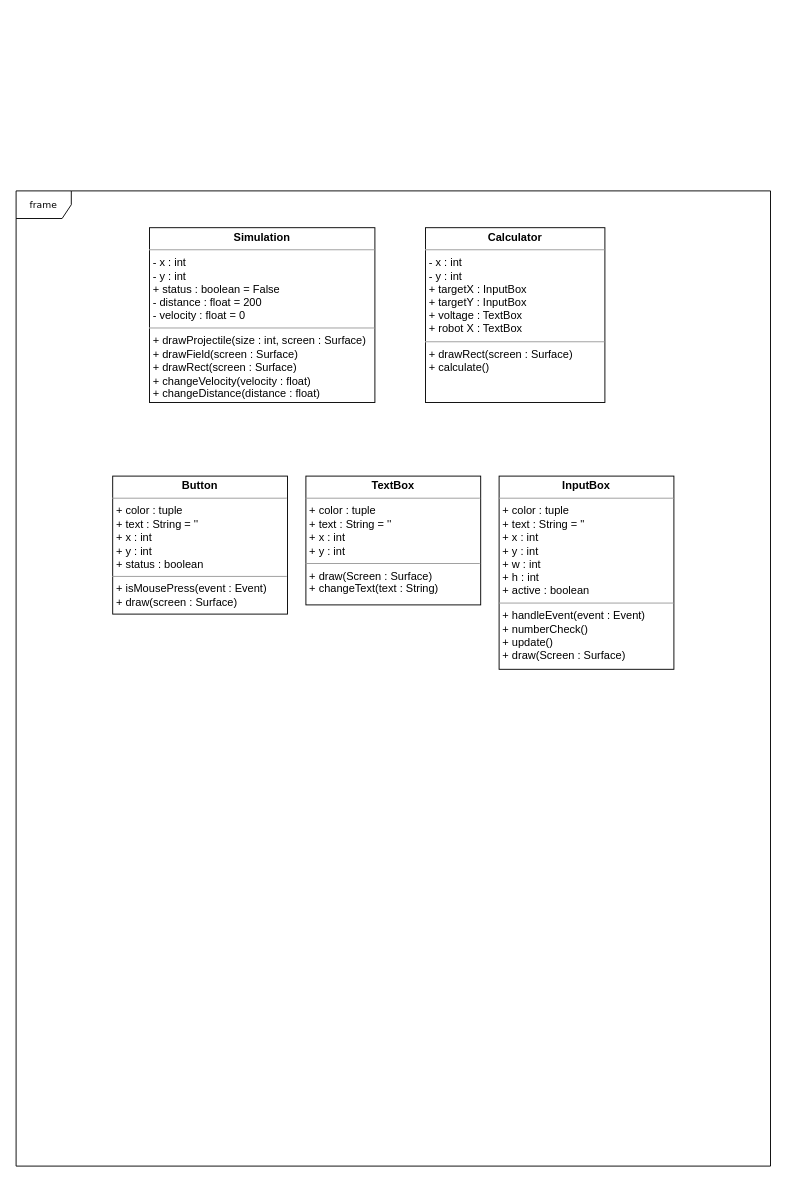
The draw.io diagram UML diagram.drawio in Ling-ling00/Studio_simulation, before the edit. Source tidied: cells renumbered, new cells numbered last; positions are measured from the earlier drawing's top-left corner, leaving out a move shared by most shapes. Both pictures are drawn from the tidied source at 92%, with x=0, y=0 at pixel (16, 190).
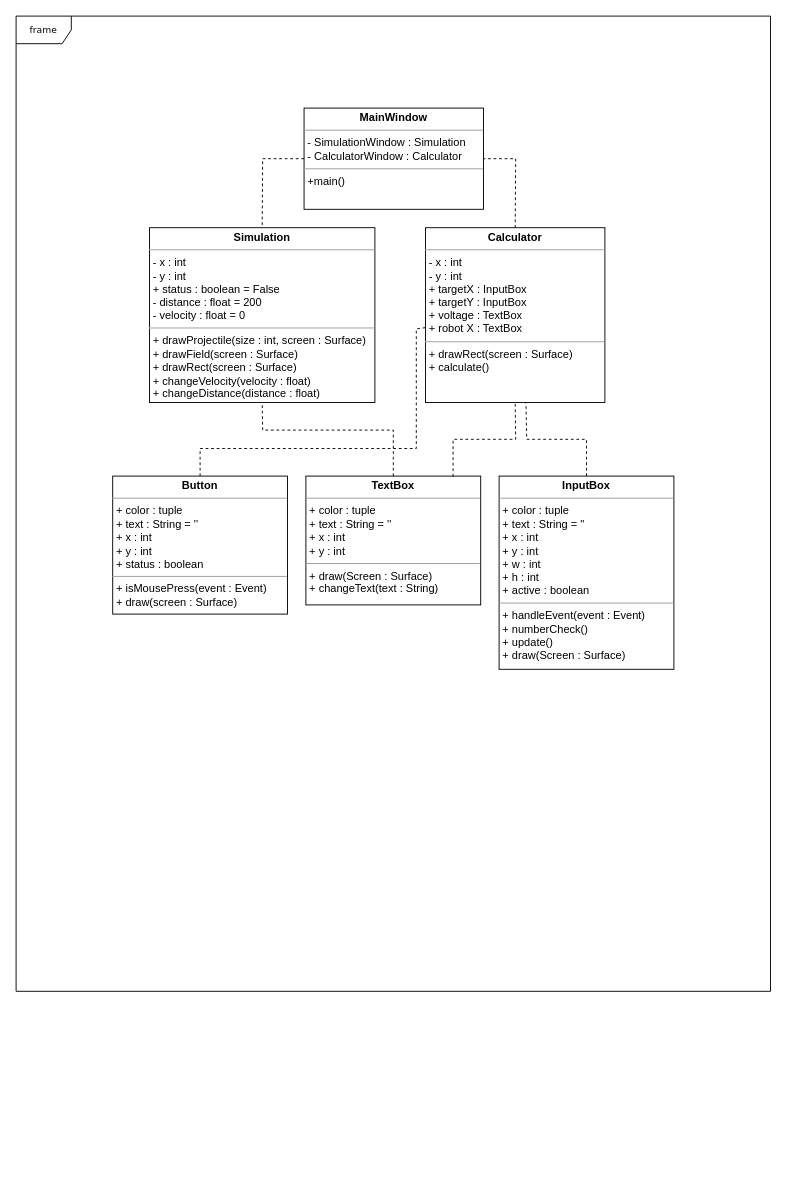
The same page after the edit.

The change refers to these unchanged cells:
```xml
<mxCell id="3" value="&lt;p style=&quot;margin:0px;margin-top:4px;text-align:center;&quot;&gt;&lt;b style=&quot;&quot;&gt;Simulation&lt;/b&gt;&lt;/p&gt;&lt;hr size=&quot;1&quot;&gt;&lt;p style=&quot;border-color: var(--border-color); margin: 0px 0px 0px 4px;&quot;&gt;- x : int&lt;/p&gt;&lt;p style=&quot;border-color: var(--border-color); margin: 0px 0px 0px 4px;&quot;&gt;- y : int&lt;br&gt;&lt;/p&gt;&lt;p style=&quot;border-color: var(--border-color); margin: 0px 0px 0px 4px;&quot;&gt;+ status : boolean = False&lt;/p&gt;&lt;p style=&quot;border-color: var(--border-color); margin: 0px 0px 0px 4px;&quot;&gt;- distance : float = 200&lt;/p&gt;&lt;p style=&quot;border-color: var(--border-color); margin: 0px 0px 0px 4px;&quot;&gt;- velocity : float = 0&lt;/p&gt;&lt;hr size=&quot;1&quot;&gt;&lt;p style=&quot;border-color: var(--border-color); margin: 0px 0px 0px 4px;&quot;&gt;+ drawProjectile(size : int, screen : Surface)&lt;br style=&quot;border-color: var(--border-color);&quot;&gt;&lt;/p&gt;&lt;p style=&quot;border-color: var(--border-color); margin: 0px 0px 0px 4px;&quot;&gt;+ drawField(screen : Surface)&lt;/p&gt;&lt;p style=&quot;border-color: var(--border-color); margin: 0px 0px 0px 4px;&quot;&gt;+ drawRect(screen : Surface)&lt;/p&gt;&lt;p style=&quot;border-color: var(--border-color); margin: 0px 0px 0px 4px;&quot;&gt;+ changeVelocity(velocity : float)&lt;br&gt;+ changeDistance(distance : float)&lt;/p&gt;" style="verticalAlign=top;align=left;overflow=fill;fontSize=12;fontFamily=Helvetica;html=1;rounded=0;shadow=0;comic=0;labelBackgroundColor=none;strokeWidth=1;" parent="1" vertex="1">
  <mxGeometry x="145" y="40" width="245" height="190" as="geometry" />
</mxCell>
<mxCell id="4" value="&lt;p style=&quot;margin:0px;margin-top:4px;text-align:center;&quot;&gt;&lt;b style=&quot;&quot;&gt;Calculator&lt;/b&gt;&lt;/p&gt;&lt;hr size=&quot;1&quot;&gt;&lt;p style=&quot;margin:0px;margin-left:4px;&quot;&gt;- x : int&lt;/p&gt;&lt;p style=&quot;margin:0px;margin-left:4px;&quot;&gt;- y : int&lt;/p&gt;&lt;p style=&quot;margin:0px;margin-left:4px;&quot;&gt;+ targetX : InputBox&lt;br&gt;+ targetY : InputBox&lt;/p&gt;&lt;p style=&quot;margin:0px;margin-left:4px;&quot;&gt;+ voltage : TextBox&lt;/p&gt;&lt;p style=&quot;margin:0px;margin-left:4px;&quot;&gt;+ robot X : TextBox&lt;/p&gt;&lt;hr size=&quot;1&quot;&gt;&lt;p style=&quot;margin:0px;margin-left:4px;&quot;&gt;+ drawRect(screen : Surface)&lt;br&gt;&lt;/p&gt;&lt;p style=&quot;margin:0px;margin-left:4px;&quot;&gt;+ calculate()&lt;/p&gt;" style="verticalAlign=top;align=left;overflow=fill;fontSize=12;fontFamily=Helvetica;html=1;rounded=0;shadow=0;comic=0;labelBackgroundColor=none;strokeWidth=1;" parent="1" vertex="1">
  <mxGeometry x="445" y="40" width="195" height="190" as="geometry" />
</mxCell>
<mxCell id="5" value="&lt;p style=&quot;margin:0px;margin-top:4px;text-align:center;&quot;&gt;&lt;b style=&quot;&quot;&gt;TextBox&lt;/b&gt;&lt;/p&gt;&lt;hr size=&quot;1&quot;&gt;&lt;p style=&quot;margin:0px;margin-left:4px;&quot;&gt;+ color : tuple&lt;br&gt;+ text : String = ''&lt;/p&gt;&lt;p style=&quot;margin:0px;margin-left:4px;&quot;&gt;+ x : int&lt;/p&gt;&lt;p style=&quot;margin:0px;margin-left:4px;&quot;&gt;+ y : int&lt;/p&gt;&lt;hr size=&quot;1&quot;&gt;&lt;p style=&quot;margin:0px;margin-left:4px;&quot;&gt;&lt;span style=&quot;background-color: initial;&quot;&gt;+ draw(Screen : Surface)&lt;/span&gt;&lt;br&gt;&lt;/p&gt;&lt;p style=&quot;margin:0px;margin-left:4px;&quot;&gt;&lt;span style=&quot;background-color: initial;&quot;&gt;+ changeText(text : String)&lt;/span&gt;&lt;/p&gt;" style="verticalAlign=top;align=left;overflow=fill;fontSize=12;fontFamily=Helvetica;html=1;rounded=0;shadow=0;comic=0;labelBackgroundColor=none;strokeWidth=1;" parent="1" vertex="1">
  <mxGeometry x="315" y="310" width="190" height="140" as="geometry" />
</mxCell>
<mxCell id="6" value="&lt;p style=&quot;margin:0px;margin-top:4px;text-align:center;&quot;&gt;&lt;b&gt;InputBox&lt;/b&gt;&lt;/p&gt;&lt;hr size=&quot;1&quot;&gt;&lt;p style=&quot;margin:0px;margin-left:4px;&quot;&gt;+ color : tuple&lt;br&gt;+ text : String = ''&lt;/p&gt;&lt;p style=&quot;margin:0px;margin-left:4px;&quot;&gt;+ x : int&lt;/p&gt;&lt;p style=&quot;margin:0px;margin-left:4px;&quot;&gt;+ y : int&lt;/p&gt;&lt;p style=&quot;margin:0px;margin-left:4px;&quot;&gt;+ w : int&lt;br style=&quot;border-color: var(--border-color);&quot;&gt;+ h : int&lt;/p&gt;&lt;p style=&quot;margin:0px;margin-left:4px;&quot;&gt;+ active : boolean&lt;/p&gt;&lt;hr size=&quot;1&quot;&gt;&lt;p style=&quot;margin:0px;margin-left:4px;&quot;&gt;+&amp;nbsp;handleEvent(event : Event)&lt;/p&gt;&lt;p style=&quot;margin:0px;margin-left:4px;&quot;&gt;+ numberCheck()&lt;/p&gt;&lt;p style=&quot;margin:0px;margin-left:4px;&quot;&gt;+ update()&lt;/p&gt;&lt;p style=&quot;margin:0px;margin-left:4px;&quot;&gt;+ draw(Screen : Surface)&lt;/p&gt;" style="verticalAlign=top;align=left;overflow=fill;fontSize=12;fontFamily=Helvetica;html=1;rounded=0;shadow=0;comic=0;labelBackgroundColor=none;strokeWidth=1;" parent="1" vertex="1">
  <mxGeometry x="525" y="310" width="190" height="210" as="geometry" />
</mxCell>
<mxCell id="7" value="&lt;p style=&quot;margin:0px;margin-top:4px;text-align:center;&quot;&gt;&lt;b style=&quot;&quot;&gt;Button&lt;/b&gt;&lt;/p&gt;&lt;hr size=&quot;1&quot;&gt;&lt;p style=&quot;margin:0px;margin-left:4px;&quot;&gt;+ color : tuple&lt;br&gt;+ text : String = ''&lt;/p&gt;&lt;p style=&quot;margin:0px;margin-left:4px;&quot;&gt;+ x : int&lt;/p&gt;&lt;p style=&quot;margin:0px;margin-left:4px;&quot;&gt;+ y : int&lt;/p&gt;&lt;p style=&quot;margin:0px;margin-left:4px;&quot;&gt;+ status : boolean&lt;/p&gt;&lt;hr size=&quot;1&quot;&gt;&lt;p style=&quot;margin:0px;margin-left:4px;&quot;&gt;+&amp;nbsp;isMousePress(event : Event)&lt;/p&gt;&lt;p style=&quot;margin:0px;margin-left:4px;&quot;&gt;+ draw(screen : Surface)&lt;/p&gt;" style="verticalAlign=top;align=left;overflow=fill;fontSize=12;fontFamily=Helvetica;html=1;rounded=0;shadow=0;comic=0;labelBackgroundColor=none;strokeWidth=1;" parent="1" vertex="1">
  <mxGeometry x="105" y="310" width="190" height="150" as="geometry" />
</mxCell>
```

Change to the diagram source:
```diff
@@
     <mxCell id="2" value="frame" style="shape=umlFrame;whiteSpace=wrap;html=1;rounded=0;shadow=0;comic=0;labelBackgroundColor=none;strokeWidth=1;fontFamily=Verdana;fontSize=10;align=center;" parent="1" vertex="1">
-      <mxGeometry width="820" height="1060" as="geometry" />
+      <mxGeometry y="-190" width="820" height="1060" as="geometry" />
     </mxCell>
@@
+    <mxCell id="8" style="endArrow=none;dashed=1;html=1;rounded=0;entryX=0.56;entryY=0.999;entryDx=0;entryDy=0;entryPerimeter=0;" parent="1" edge="1" source="6" target="4">
+      <mxGeometry relative="1" as="geometry">
+        <Array as="points">
+          <mxPoint x="620" y="270" />
+          <mxPoint x="555" y="270" />
+        </Array>
+      </mxGeometry>
+    </mxCell>
+    <mxCell id="9" style="endArrow=none;dashed=1;html=1;rounded=0;exitX=0.5;exitY=0;exitDx=0;exitDy=0;" parent="1" edge="1" source="7" target="4">
+      <mxGeometry relative="1" as="geometry">
+        <Array as="points">
+          <mxPoint x="200" y="280" />
+          <mxPoint x="435" y="280" />
+          <mxPoint x="435" y="150" />
+        </Array>
+      </mxGeometry>
+    </mxCell>
+    <mxCell id="10" style="endArrow=none;dashed=1;html=1;rounded=0;entryX=0.5;entryY=1;entryDx=0;entryDy=0;exitX=0.842;exitY=0.004;exitDx=0;exitDy=0;exitPerimeter=0;" parent="1" edge="1" source="5" target="4">
+      <mxGeometry relative="1" as="geometry">
+        <Array as="points">
+          <mxPoint x="475" y="270" />
+          <mxPoint x="543" y="270" />
+        </Array>
+      </mxGeometry>
+    </mxCell>
+    <mxCell id="11" value="&lt;p style=&quot;margin:0px;margin-top:4px;text-align:center;&quot;&gt;&lt;b&gt;MainWindow&lt;/b&gt;&lt;/p&gt;&lt;hr size=&quot;1&quot;&gt;&lt;p style=&quot;margin:0px;margin-left:4px;&quot;&gt;- SimulationWindow : Simulation&lt;br&gt;&lt;/p&gt;&lt;p style=&quot;margin:0px;margin-left:4px;&quot;&gt;- CalculatorWindow : Calculator&lt;/p&gt;&lt;hr size=&quot;1&quot;&gt;&lt;p style=&quot;margin:0px;margin-left:4px;&quot;&gt;+main()&lt;/p&gt;" style="verticalAlign=top;align=left;overflow=fill;fontSize=12;fontFamily=Helvetica;html=1;rounded=0;shadow=0;comic=0;labelBackgroundColor=none;strokeWidth=1;" parent="1" vertex="1">
+      <mxGeometry x="313" y="-90" width="195" height="110" as="geometry" />
+    </mxCell>
+    <mxCell id="12" style="endArrow=none;dashed=1;html=1;rounded=0;exitX=0;exitY=0.5;exitDx=0;exitDy=0;entryX=0.5;entryY=0;entryDx=0;entryDy=0;" parent="1" edge="1" source="11" target="3">
+      <mxGeometry relative="1" as="geometry">
+        <Array as="points">
+          <mxPoint x="268" y="-35" />
+        </Array>
+      </mxGeometry>
+    </mxCell>
+    <mxCell id="13" style="endArrow=none;dashed=1;html=1;rounded=0;entryX=1;entryY=0.5;entryDx=0;entryDy=0;exitX=0.5;exitY=0;exitDx=0;exitDy=0;" parent="1" edge="1" source="4" target="11">
+      <mxGeometry relative="1" as="geometry">
+        <Array as="points">
+          <mxPoint x="543" y="-35" />
+        </Array>
+      </mxGeometry>
+    </mxCell>
+    <mxCell id="14" style="endArrow=none;dashed=1;html=1;rounded=0;entryX=0.5;entryY=1;entryDx=0;entryDy=0;exitX=0.5;exitY=0;exitDx=0;exitDy=0;" parent="1" edge="1" source="5" target="3">
+      <mxGeometry relative="1" as="geometry">
+        <Array as="points">
+          <mxPoint x="410" y="260" />
+          <mxPoint x="268" y="260" />
+        </Array>
+      </mxGeometry>
+    </mxCell>
```
